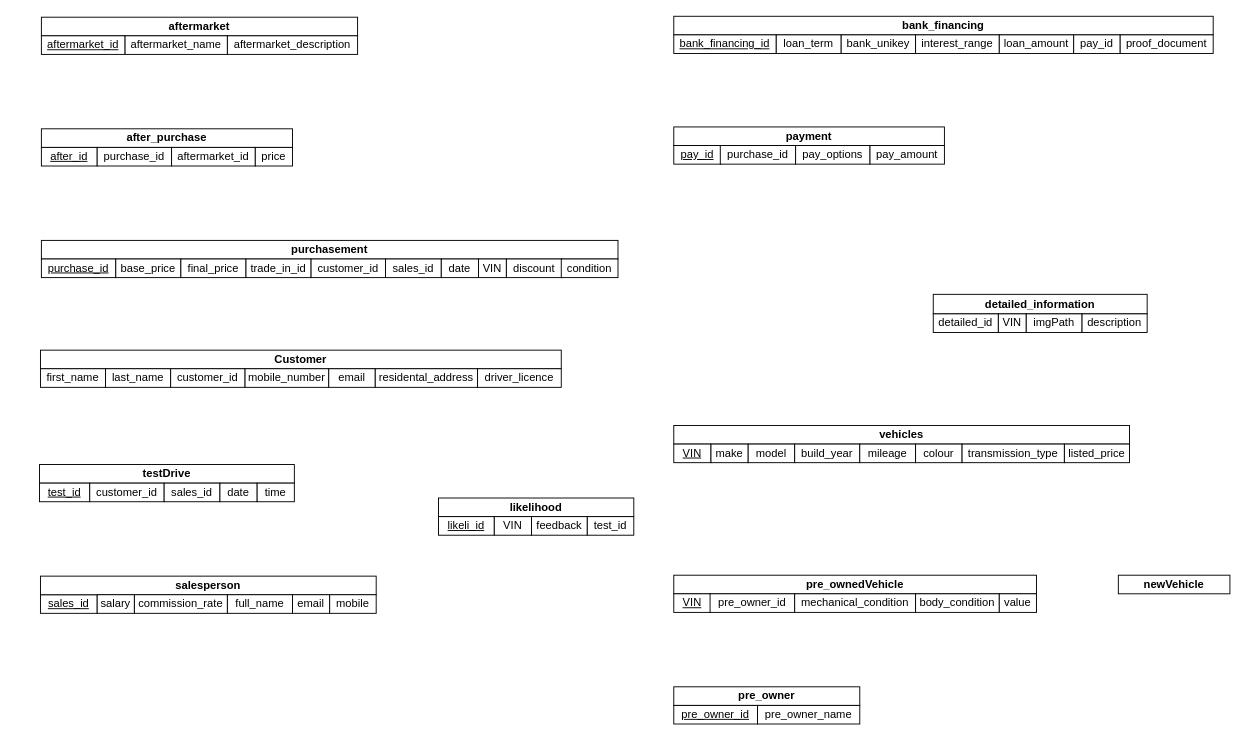
This is 未命名绘图.drawio from Syrus-jpg/LeetCode, a draw.io file, before an edit. Source tidied: cells renumbered, new cells numbered last; positions are measured from the earlier drawing's top-left corner, leaving out a move shared by most shapes. Both pictures are drawn from the tidied source at 93%, with x=0, y=0 at pixel (39, 16).
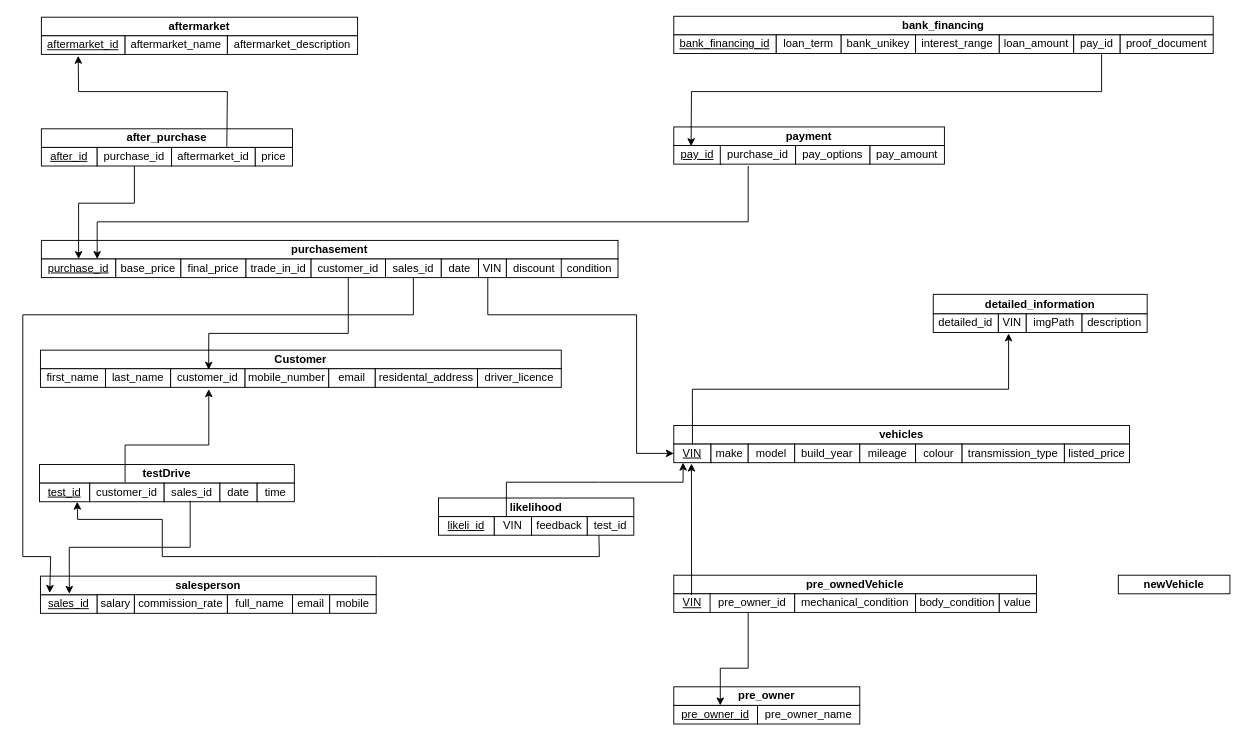
The same diagram, later.

Commit message:
更新未命名绘图.drawio

Unchanged cells that the change refers to:
```xml
<mxCell id="2" value="&lt;b&gt;Customer&lt;/b&gt;" style="rounded=0;whiteSpace=wrap;html=1;" parent="1" vertex="1">
  <mxGeometry x="1" y="359" width="560" height="20" as="geometry" />
</mxCell>
<mxCell id="11" value="&lt;u&gt;test_id&lt;/u&gt;" style="rounded=0;whiteSpace=wrap;html=1;" parent="1" vertex="1">
  <mxGeometry y="502" width="54" height="20" as="geometry" />
</mxCell>
<mxCell id="27" value="test_id" style="rounded=0;whiteSpace=wrap;html=1;" parent="1" vertex="1">
  <mxGeometry x="589" y="538" width="50" height="20" as="geometry" />
</mxCell>
<mxCell id="29" value="&lt;u&gt;purchase_id&lt;/u&gt;" style="rounded=0;whiteSpace=wrap;html=1;" parent="1" vertex="1">
  <mxGeometry x="2" y="261" width="80" height="20" as="geometry" />
</mxCell>
<mxCell id="33" value="customer_id" style="rounded=0;whiteSpace=wrap;html=1;" parent="1" vertex="1">
  <mxGeometry x="292" y="261" width="80" height="20" as="geometry" />
</mxCell>
<mxCell id="34" value="sales_id" style="rounded=0;whiteSpace=wrap;html=1;" parent="1" vertex="1">
  <mxGeometry x="372" y="261" width="60" height="20" as="geometry" />
</mxCell>
<mxCell id="41" value="purchase_id" style="rounded=0;whiteSpace=wrap;html=1;" parent="1" vertex="1">
  <mxGeometry x="62" y="141" width="80" height="20" as="geometry" />
</mxCell>
<mxCell id="42" value="aftermarket_id" style="rounded=0;whiteSpace=wrap;html=1;" parent="1" vertex="1">
  <mxGeometry x="142" y="141" width="90" height="20" as="geometry" />
</mxCell>
<mxCell id="45" value="&lt;u&gt;aftermarket_id&lt;/u&gt;" style="rounded=0;whiteSpace=wrap;html=1;" parent="1" vertex="1">
  <mxGeometry x="2" y="21" width="90" height="20" as="geometry" />
</mxCell>
<mxCell id="48" value="&lt;b&gt;payment&lt;/b&gt;" style="rounded=0;whiteSpace=wrap;html=1;" parent="1" vertex="1">
  <mxGeometry x="682" y="119" width="291" height="20" as="geometry" />
</mxCell>
<mxCell id="53" value="&lt;b&gt;vehicles&lt;/b&gt;" style="rounded=0;whiteSpace=wrap;html=1;" parent="1" vertex="1">
  <mxGeometry x="682" y="440" width="490" height="20" as="geometry" />
</mxCell>
<mxCell id="54" value="&lt;u&gt;VIN&lt;/u&gt;" style="rounded=0;whiteSpace=wrap;html=1;" parent="1" vertex="1">
  <mxGeometry x="682" y="460" width="40" height="20" as="geometry" />
</mxCell>
<mxCell id="76" value="&lt;b&gt;pre_ownedVehicle&lt;/b&gt;" style="rounded=0;whiteSpace=wrap;html=1;" parent="1" vertex="1">
  <mxGeometry x="682" y="601" width="390" height="20" as="geometry" />
</mxCell>
<mxCell id="82" value="&lt;b&gt;pre_owner&lt;/b&gt;" style="rounded=0;whiteSpace=wrap;html=1;" parent="1" vertex="1">
  <mxGeometry x="682" y="721" width="200" height="20" as="geometry" />
</mxCell>
```

Diff of the diagram source:
```diff
@@
+    <mxCell id="86" style="endArrow=classic;html=1;rounded=0;" parent="1" edge="1">
+      <mxGeometry relative="1" as="geometry">
+        <mxPoint x="92" y="501" as="sourcePoint" />
+        <mxPoint x="182" y="401" as="targetPoint" />
+        <Array as="points">
+          <mxPoint x="92" y="461" />
+          <mxPoint x="182" y="461" />
+        </Array>
+      </mxGeometry>
+    </mxCell>
+    <mxCell id="87" style="endArrow=classic;html=1;rounded=0;" parent="1" edge="1">
+      <mxGeometry relative="1" as="geometry">
+        <mxPoint x="162" y="521" as="sourcePoint" />
+        <mxPoint x="32" y="621" as="targetPoint" />
+        <Array as="points">
+          <mxPoint x="162" y="571" />
+          <mxPoint x="32" y="571" />
+        </Array>
+      </mxGeometry>
+    </mxCell>
+    <mxCell id="88" style="endArrow=classic;html=1;rounded=0;exitX=0.25;exitY=1;exitDx=0;exitDy=0;entryX=0.75;entryY=1;entryDx=0;entryDy=0;" parent="1" edge="1" source="27" target="11">
+      <mxGeometry relative="1" as="geometry">
+        <Array as="points">
+          <mxPoint x="602" y="581" />
+          <mxPoint x="362" y="581" />
+          <mxPoint x="132" y="581" />
+          <mxPoint x="132" y="541" />
+          <mxPoint x="41" y="541" />
+        </Array>
+      </mxGeometry>
+    </mxCell>
+    <mxCell id="89" style="endArrow=classic;html=1;rounded=0;exitX=0.5;exitY=0;exitDx=0;exitDy=0;entryX=0.25;entryY=1;entryDx=0;entryDy=0;" parent="1" edge="1" target="54">
+      <mxGeometry relative="1" as="geometry">
+        <mxPoint x="502" y="538" as="sourcePoint" />
+        <Array as="points">
+          <mxPoint x="502" y="501" />
+          <mxPoint x="602" y="501" />
+          <mxPoint x="692" y="501" />
+        </Array>
+      </mxGeometry>
+    </mxCell>
+    <mxCell id="90" style="endArrow=classic;html=1;rounded=0;exitX=0.041;exitY=1.027;exitDx=0;exitDy=0;exitPerimeter=0;" parent="1" edge="1" source="53">
+      <mxGeometry relative="1" as="geometry">
+        <mxPoint x="1042" y="341" as="targetPoint" />
+        <Array as="points">
+          <mxPoint x="702" y="401" />
+          <mxPoint x="1042" y="401" />
+        </Array>
+      </mxGeometry>
+    </mxCell>
+    <mxCell id="91" style="endArrow=classic;html=1;rounded=0;exitX=0.049;exitY=1.068;exitDx=0;exitDy=0;exitPerimeter=0;" parent="1" edge="1" source="76">
+      <mxGeometry relative="1" as="geometry">
+        <mxPoint x="701" y="481" as="targetPoint" />
+      </mxGeometry>
+    </mxCell>
+    <mxCell id="92" style="endArrow=classic;html=1;rounded=0;entryX=0.25;entryY=1;entryDx=0;entryDy=0;" parent="1" edge="1" target="82">
+      <mxGeometry relative="1" as="geometry">
+        <mxPoint x="762" y="641" as="sourcePoint" />
+        <Array as="points">
+          <mxPoint x="762" y="701" />
+          <mxPoint x="732" y="701" />
+        </Array>
+      </mxGeometry>
+    </mxCell>
+    <mxCell id="93" style="endArrow=classic;html=1;rounded=0;exitX=0.5;exitY=1;exitDx=0;exitDy=0;entryX=0.323;entryY=1.05;entryDx=0;entryDy=0;entryPerimeter=0;" parent="1" edge="1" source="33" target="2">
+      <mxGeometry relative="1" as="geometry">
+        <Array as="points">
+          <mxPoint x="332" y="341" />
+          <mxPoint x="182" y="341" />
+        </Array>
+      </mxGeometry>
+    </mxCell>
+    <mxCell id="94" style="endArrow=classic;html=1;rounded=0;exitX=0.5;exitY=1;exitDx=0;exitDy=0;" parent="1" edge="1" source="34">
+      <mxGeometry relative="1" as="geometry">
+        <mxPoint x="11" y="620" as="targetPoint" />
+        <Array as="points">
+          <mxPoint x="402" y="321" />
+          <mxPoint x="-18" y="321" />
+          <mxPoint x="-18" y="581" />
+          <mxPoint x="12" y="581" />
+        </Array>
+      </mxGeometry>
+    </mxCell>
+    <mxCell id="95" style="endArrow=classic;html=1;rounded=0;entryX=0;entryY=0.5;entryDx=0;entryDy=0;" parent="1" edge="1" target="54">
+      <mxGeometry relative="1" as="geometry">
+        <mxPoint x="482" y="281" as="sourcePoint" />
+        <Array as="points">
+          <mxPoint x="482" y="321" />
+          <mxPoint x="642" y="321" />
+          <mxPoint x="642" y="470" />
+        </Array>
+      </mxGeometry>
+    </mxCell>
+    <mxCell id="96" style="endArrow=classic;html=1;rounded=0;exitX=0.5;exitY=1;exitDx=0;exitDy=0;" parent="1" edge="1" source="41">
+      <mxGeometry relative="1" as="geometry">
+        <mxPoint x="42" y="261" as="targetPoint" />
+        <Array as="points">
+          <mxPoint x="102" y="201" />
+          <mxPoint x="42" y="201" />
+        </Array>
+      </mxGeometry>
+    </mxCell>
+    <mxCell id="97" style="endArrow=classic;html=1;rounded=0;exitX=0.66;exitY=-0.043;exitDx=0;exitDy=0;exitPerimeter=0;entryX=0.44;entryY=1.076;entryDx=0;entryDy=0;entryPerimeter=0;" parent="1" edge="1" source="42" target="45">
+      <mxGeometry relative="1" as="geometry">
+        <Array as="points">
+          <mxPoint x="202" y="81" />
+          <mxPoint x="42" y="81" />
+        </Array>
+      </mxGeometry>
+    </mxCell>
+    <mxCell id="98" style="endArrow=classic;html=1;rounded=0;entryX=0.75;entryY=0;entryDx=0;entryDy=0;" parent="1" edge="1" target="29">
+      <mxGeometry relative="1" as="geometry">
+        <mxPoint x="762" y="161" as="sourcePoint" />
+        <Array as="points">
+          <mxPoint x="762" y="221" />
+          <mxPoint x="62" y="221" />
+        </Array>
+      </mxGeometry>
+    </mxCell>
+    <mxCell id="99" style="endArrow=classic;html=1;rounded=0;entryX=0.064;entryY=1.032;entryDx=0;entryDy=0;entryPerimeter=0;" parent="1" edge="1" target="48">
+      <mxGeometry relative="1" as="geometry">
+        <mxPoint x="1142" y="41" as="sourcePoint" />
+        <Array as="points">
+          <mxPoint x="1142" y="81" />
+          <mxPoint x="701" y="81" />
+        </Array>
+      </mxGeometry>
+    </mxCell>
```
